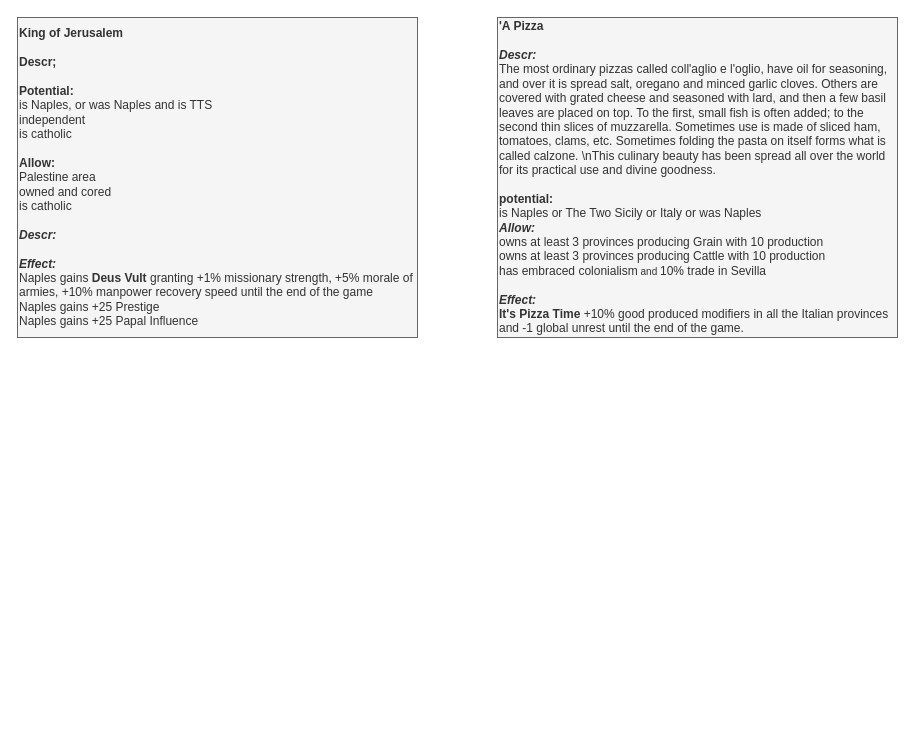
Before: page "Decision Naples/Sicily" (4 of 6) of It's Pizza and Cannoli Time/It's Pizza and Cannoli Time.drawio in Melvasul/Missions-Expanded, a draw.io diagram. Source tidied: cells renumbered, new cells numbered last; positions are measured from the earlier drawing's top-left corner, leaving out a move shared by most shapes. Both pictures are drawn from the tidied source at 100%, with x=0, y=0 at pixel (17, 17).
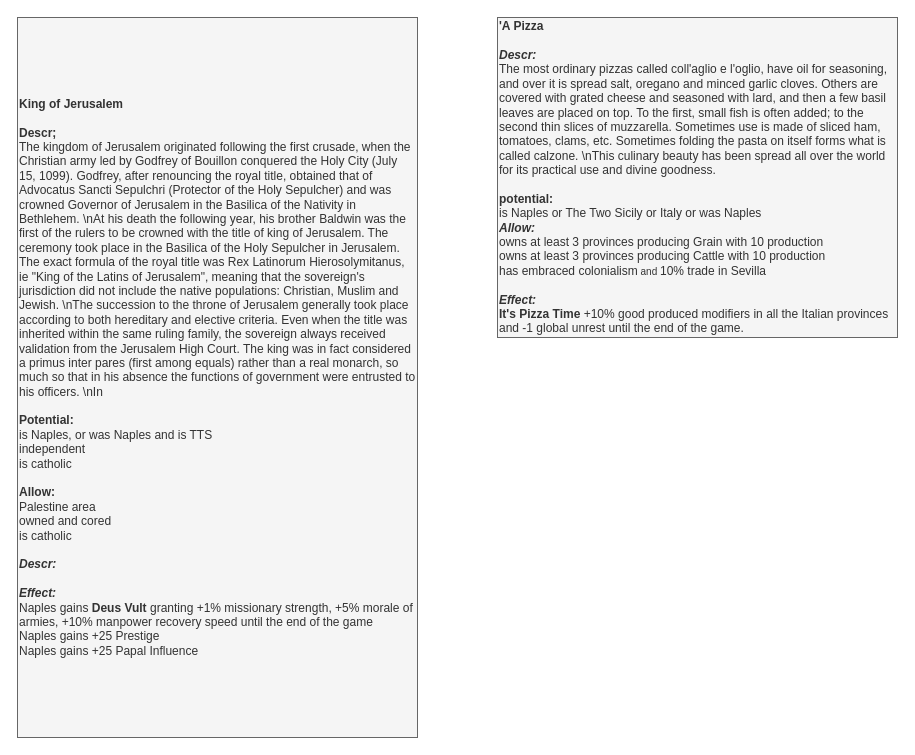
Above is the later version.

Change to the diagram source:
```diff
@@
 <mxGraphModel>
   <root>
     <mxCell id="0" />
     <mxCell id="1" parent="0" />
-    <mxCell id="2" value="&lt;div style=&quot;font-size: 12px&quot;&gt;&lt;b style=&quot;font-size: 12px&quot;&gt;King of Jerusalem&lt;/b&gt;&lt;/div&gt;&lt;div style=&quot;font-size: 12px&quot;&gt;&lt;b style=&quot;font-size: 12px&quot;&gt;&lt;br&gt;&lt;/b&gt;&lt;/div&gt;&lt;div style=&quot;font-size: 12px&quot;&gt;&lt;b style=&quot;font-size: 12px&quot;&gt;Descr;&lt;/b&gt;&lt;/div&gt;&lt;div style=&quot;font-size: 12px&quot;&gt;&lt;b style=&quot;font-size: 12px&quot;&gt;&lt;i style=&quot;font-size: 12px&quot;&gt;&lt;br&gt;&lt;/i&gt;&lt;/b&gt;&lt;/div&gt;&lt;div style=&quot;font-size: 12px&quot;&gt;&lt;b style=&quot;font-size: 12px&quot;&gt;&lt;span style=&quot;font-size: 12px&quot;&gt;Potential:&lt;/span&gt;&lt;/b&gt;&lt;/div&gt;&lt;div style=&quot;font-size: 12px&quot;&gt;is Naples, or was Naples and is TTS&lt;/div&gt;&lt;div style=&quot;font-size: 12px&quot;&gt;independent&lt;/div&gt;&lt;div style=&quot;font-size: 12px&quot;&gt;is catholic&lt;/div&gt;&lt;div style=&quot;font-size: 12px&quot;&gt;&lt;br&gt;&lt;/div&gt;&lt;div style=&quot;font-size: 12px&quot;&gt;&lt;b style=&quot;font-size: 12px&quot;&gt;&lt;span style=&quot;font-size: 12px&quot;&gt;&lt;span style=&quot;font-size: 12px&quot;&gt;Allow:&lt;/span&gt;&lt;br style=&quot;font-size: 12px&quot;&gt;&lt;/span&gt;&lt;/b&gt;&lt;/div&gt;&lt;div style=&quot;font-size: 12px&quot;&gt;&lt;span&gt;Palestine area&lt;/span&gt;&lt;br&gt;&lt;/div&gt;&lt;div style=&quot;font-size: 12px&quot;&gt;&lt;span&gt;owned and cored&lt;/span&gt;&lt;/div&gt;&lt;div style=&quot;font-size: 12px&quot;&gt;&lt;span&gt;is catholic&lt;/span&gt;&lt;/div&gt;&lt;div style=&quot;font-size: 12px&quot;&gt;&lt;font style=&quot;font-size: 12px&quot;&gt;&lt;br&gt;&lt;/font&gt;&lt;/div&gt;&lt;div style=&quot;font-size: 12px&quot;&gt;&lt;i style=&quot;font-weight: 700&quot;&gt;Descr:&lt;/i&gt;&lt;br&gt;&lt;/div&gt;&lt;div style=&quot;font-size: 12px&quot;&gt;&lt;font style=&quot;font-size: 12px&quot;&gt;&lt;i style=&quot;font-weight: 700&quot;&gt;&lt;br&gt;&lt;/i&gt;&lt;/font&gt;&lt;/div&gt;&lt;div style=&quot;font-size: 12px&quot;&gt;&lt;font style=&quot;font-size: 12px&quot;&gt;&lt;b style=&quot;font-size: 12px&quot;&gt;&lt;i style=&quot;font-size: 12px&quot;&gt;Effect:&lt;/i&gt;&lt;/b&gt;&lt;/font&gt;&lt;/div&gt;&lt;div style=&quot;font-size: 12px&quot;&gt;Naples gains &lt;b&gt;Deus Vult&lt;/b&gt;&amp;nbsp;granting +1% missionary strength, +5% morale of armies, +10% manpower recovery speed until the end of the game&lt;/div&gt;&lt;div style=&quot;font-size: 12px&quot;&gt;Naples gains +25 Prestige&lt;/div&gt;&lt;div style=&quot;font-size: 12px&quot;&gt;Naples gains +25 Papal Influence&lt;/div&gt;" style="rounded=0;whiteSpace=wrap;html=1;align=left;fontSize=12;fillColor=#f5f5f5;strokeColor=#666666;fontColor=#333333;" parent="1" vertex="1">
-      <mxGeometry width="400" height="320" as="geometry" />
+    <mxCell id="2" value="&lt;div style=&quot;font-size: 12px&quot;&gt;&lt;b style=&quot;font-size: 12px&quot;&gt;King of Jerusalem&lt;/b&gt;&lt;/div&gt;&lt;div style=&quot;font-size: 12px&quot;&gt;&lt;b style=&quot;font-size: 12px&quot;&gt;&lt;br&gt;&lt;/b&gt;&lt;/div&gt;&lt;div style=&quot;font-size: 12px&quot;&gt;&lt;b style=&quot;font-size: 12px&quot;&gt;Descr;&lt;/b&gt;&lt;/div&gt;&lt;div style=&quot;font-size: 12px&quot;&gt;&lt;span class=&quot;tlid-translation translation&quot; lang=&quot;en&quot;&gt;The kingdom of Jerusalem originated following the first crusade, when the Christian army led by Godfrey of Bouillon conquered the Holy City (July 15, 1099). Godfrey, after renouncing the royal title, obtained that of Advocatus Sancti Sepulchri (Protector of the Holy Sepulcher) and was crowned Governor of Jerusalem in the Basilica of the Nativity in Bethlehem. \nAt his death the following year, his brother Baldwin was the first of the rulers to be crowned with the title of king of Jerusalem. The ceremony took place in the Basilica of the Holy Sepulcher in Jerusalem. The exact formula of the royal title was Rex Latinorum Hierosolymitanus, ie &quot;King of the Latins of Jerusalem&quot;, meaning that the sovereign's jurisdiction did not include the native populations: Christian, Muslim and Jewish. \nThe succession to the throne of Jerusalem generally took place according to both hereditary and elective criteria. Even when the title was inherited within the same ruling family, the sovereign always received validation from the Jerusalem High Court. The king was in fact considered a primus inter pares (first among equals) rather than a real monarch, so much so that in his absence the functions of government were entrusted to his officers. \nIn&amp;nbsp;&lt;/span&gt;&lt;b style=&quot;font-size: 12px&quot;&gt;&lt;i style=&quot;font-size: 12px&quot;&gt;&lt;br&gt;&lt;/i&gt;&lt;/b&gt;&lt;/div&gt;&lt;div style=&quot;font-size: 12px&quot;&gt;&lt;span class=&quot;tlid-translation translation&quot; lang=&quot;en&quot;&gt;&lt;br&gt;&lt;/span&gt;&lt;/div&gt;&lt;div style=&quot;font-size: 12px&quot;&gt;&lt;b style=&quot;font-size: 12px&quot;&gt;&lt;span style=&quot;font-size: 12px&quot;&gt;Potential:&lt;/span&gt;&lt;/b&gt;&lt;/div&gt;&lt;div style=&quot;font-size: 12px&quot;&gt;is Naples, or was Naples and is TTS&lt;/div&gt;&lt;div style=&quot;font-size: 12px&quot;&gt;independent&lt;/div&gt;&lt;div style=&quot;font-size: 12px&quot;&gt;is catholic&lt;/div&gt;&lt;div style=&quot;font-size: 12px&quot;&gt;&lt;br&gt;&lt;/div&gt;&lt;div style=&quot;font-size: 12px&quot;&gt;&lt;b style=&quot;font-size: 12px&quot;&gt;&lt;span style=&quot;font-size: 12px&quot;&gt;&lt;span style=&quot;font-size: 12px&quot;&gt;Allow:&lt;/span&gt;&lt;br style=&quot;font-size: 12px&quot;&gt;&lt;/span&gt;&lt;/b&gt;&lt;/div&gt;&lt;div style=&quot;font-size: 12px&quot;&gt;&lt;span&gt;Palestine area&lt;/span&gt;&lt;br&gt;&lt;/div&gt;&lt;div style=&quot;font-size: 12px&quot;&gt;&lt;span&gt;owned and cored&lt;/span&gt;&lt;/div&gt;&lt;div style=&quot;font-size: 12px&quot;&gt;&lt;span&gt;is catholic&lt;/span&gt;&lt;/div&gt;&lt;div style=&quot;font-size: 12px&quot;&gt;&lt;font style=&quot;font-size: 12px&quot;&gt;&lt;br&gt;&lt;/font&gt;&lt;/div&gt;&lt;div style=&quot;font-size: 12px&quot;&gt;&lt;i style=&quot;font-weight: 700&quot;&gt;Descr:&lt;/i&gt;&lt;br&gt;&lt;/div&gt;&lt;div style=&quot;font-size: 12px&quot;&gt;&lt;font style=&quot;font-size: 12px&quot;&gt;&lt;i style=&quot;font-weight: 700&quot;&gt;&lt;br&gt;&lt;/i&gt;&lt;/font&gt;&lt;/div&gt;&lt;div style=&quot;font-size: 12px&quot;&gt;&lt;font style=&quot;font-size: 12px&quot;&gt;&lt;b style=&quot;font-size: 12px&quot;&gt;&lt;i style=&quot;font-size: 12px&quot;&gt;Effect:&lt;/i&gt;&lt;/b&gt;&lt;/font&gt;&lt;/div&gt;&lt;div style=&quot;font-size: 12px&quot;&gt;Naples gains &lt;b&gt;Deus Vult&lt;/b&gt;&amp;nbsp;granting +1% missionary strength, +5% morale of armies, +10% manpower recovery speed until the end of the game&lt;/div&gt;&lt;div style=&quot;font-size: 12px&quot;&gt;Naples gains +25 Prestige&lt;/div&gt;&lt;div style=&quot;font-size: 12px&quot;&gt;Naples gains +25 Papal Influence&lt;/div&gt;" style="rounded=0;whiteSpace=wrap;html=1;align=left;fontSize=12;fillColor=#f5f5f5;strokeColor=#666666;fontColor=#333333;" parent="1" vertex="1">
+      <mxGeometry width="400" height="720" as="geometry" />
     </mxCell>
     <mxCell id="3" value="&lt;div align=&quot;left&quot;&gt;&lt;b&gt;'A Pizza&lt;/b&gt;&lt;br&gt;&lt;/div&gt;&lt;div style=&quot;font-size: 12px&quot; align=&quot;left&quot;&gt;&lt;b&gt;&lt;br&gt;&lt;/b&gt;&lt;/div&gt;&lt;div style=&quot;font-size: 12px&quot; align=&quot;left&quot;&gt;&lt;font style=&quot;font-size: 12px&quot;&gt;&lt;span style=&quot;font-size: 12px&quot;&gt;&lt;font style=&quot;font-size: 12px&quot;&gt;&lt;i style=&quot;font-size: 12px&quot;&gt;&lt;b style=&quot;font-size: 12px&quot;&gt;Descr:&lt;/b&gt;&lt;/i&gt;&lt;/font&gt;&lt;/span&gt;&lt;/font&gt;&lt;/div&gt;&lt;div align=&quot;left&quot;&gt;&lt;div align=&quot;left&quot;&gt;The most ordinary pizzas called coll'aglio e l'oglio, have oil for seasoning, and over it is spread salt, oregano and minced garlic cloves. Others are covered with grated cheese and seasoned with lard, and then a few basil leaves are placed on top. To the first, small fish is often added; to the second thin slices of muzzarella. Sometimes use is made of sliced ham, tomatoes, clams, etc. Sometimes folding the pasta on itself forms what is called calzone. \nThis culinary beauty has been spread all over the world for its practical use and divine goodness.&lt;br&gt;&lt;/div&gt;&lt;div align=&quot;left&quot;&gt;&lt;br&gt;&lt;/div&gt;&lt;div align=&quot;left&quot; style=&quot;font-size: 12px&quot;&gt;&lt;b&gt;potential:&lt;/b&gt;&lt;/div&gt;&lt;div align=&quot;left&quot; style=&quot;font-size: 12px&quot;&gt;is Naples or The Two Sicily or Italy or was Naples&lt;/div&gt;&lt;/div&gt;&lt;div style=&quot;font-size: 12px&quot; align=&quot;left&quot;&gt;&lt;font style=&quot;font-size: 12px&quot;&gt;&lt;b style=&quot;font-size: 12px&quot;&gt;&lt;i style=&quot;font-size: 12px&quot;&gt;Allow:&lt;/i&gt;&lt;/b&gt;&lt;/font&gt;&lt;/div&gt;&lt;div style=&quot;font-size: 12px&quot; align=&quot;left&quot;&gt;owns at least 3 provinces producing Grain with 10 production&lt;/div&gt;&lt;div style=&quot;font-size: 12px&quot; align=&quot;left&quot;&gt;owns at least 3 provinces producing Cattle&amp;nbsp;with 10 production&lt;/div&gt;&lt;div align=&quot;left&quot;&gt;&lt;span style=&quot;font-size: 12px&quot;&gt;has embraced colonialism&lt;/span&gt;&lt;span style=&quot;font-size: 10px&quot;&gt;&amp;nbsp;and&amp;nbsp;&lt;/span&gt;&lt;span style=&quot;font-size: 12px&quot;&gt;10% trade in Sevilla&lt;/span&gt;&lt;/div&gt;&lt;div style=&quot;font-size: 12px&quot; align=&quot;left&quot;&gt;&lt;br&gt;&lt;/div&gt;&lt;div style=&quot;font-size: 12px&quot; align=&quot;left&quot;&gt;&lt;font style=&quot;font-size: 12px&quot;&gt;&lt;font style=&quot;font-size: 12px&quot;&gt;&lt;b style=&quot;font-size: 12px&quot;&gt;&lt;i style=&quot;font-size: 12px&quot;&gt;Effect:&lt;/i&gt;&lt;/b&gt;&lt;/font&gt;&lt;/font&gt;&lt;/div&gt;&lt;div style=&quot;font-size: 12px&quot; align=&quot;left&quot;&gt;&lt;b style=&quot;font-size: 12px&quot;&gt;It's Pizza Time&amp;nbsp;&lt;/b&gt;+&lt;span style=&quot;font-size: 12px&quot;&gt;10% good produced modifiers in all the Italian provinces and -1 global unrest until the end of the game.&lt;/span&gt;&lt;/div&gt;" style="rounded=0;whiteSpace=wrap;html=1;align=left;fontSize=12;fillColor=#f5f5f5;strokeColor=#666666;fontColor=#333333;" parent="1" vertex="1">
       <mxGeometry x="480" width="400" height="320" as="geometry" />
     </mxCell>
   </root>
 </mxGraphModel>
```
